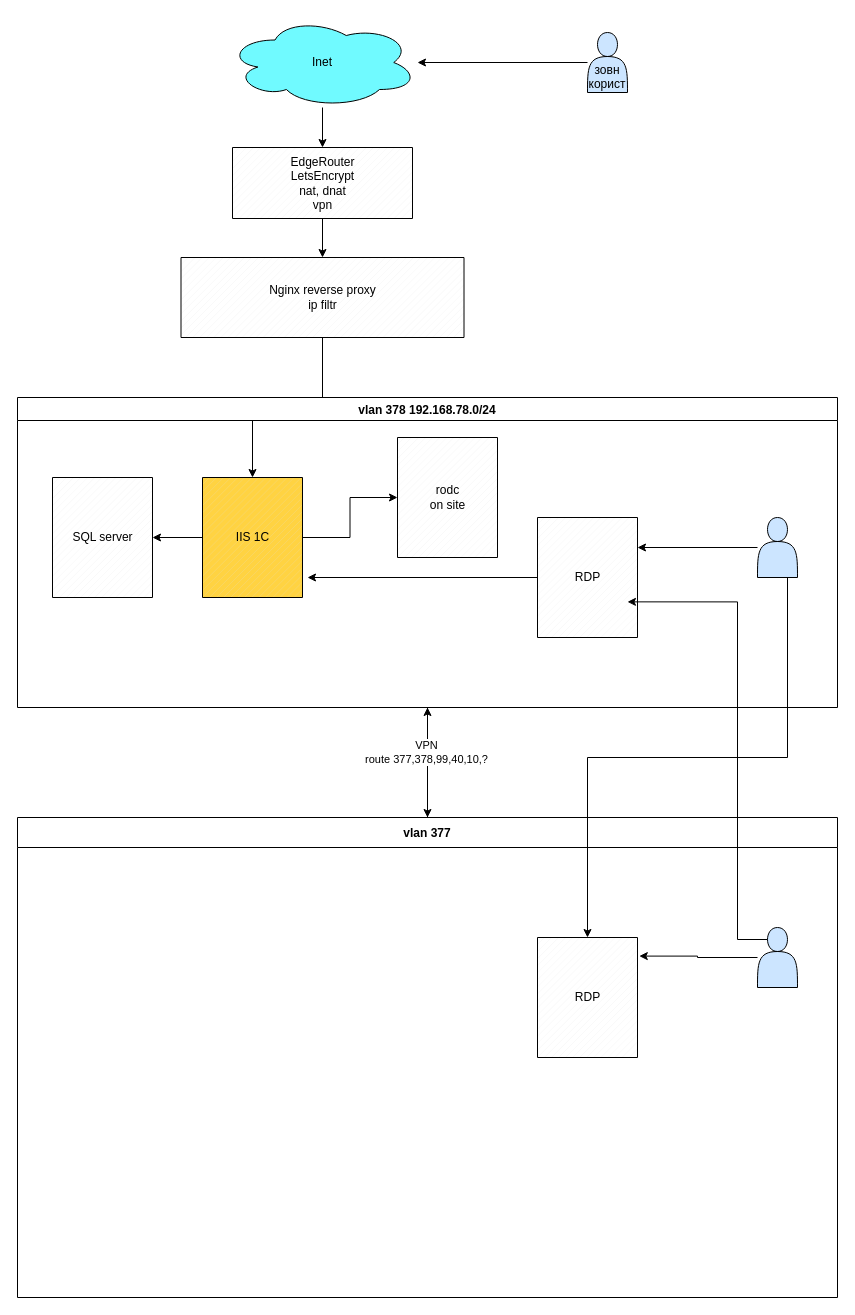
The draw.io diagram HLD-bhb.drawio in VolodymyrAK/HLD, before the edit. Source tidied: cells renumbered, new cells numbered last; positions are measured from the earlier drawing's top-left corner, leaving out a move shared by most shapes. Both pictures are drawn from the tidied source at 100%, with x=0, y=0 at pixel (17, 17).
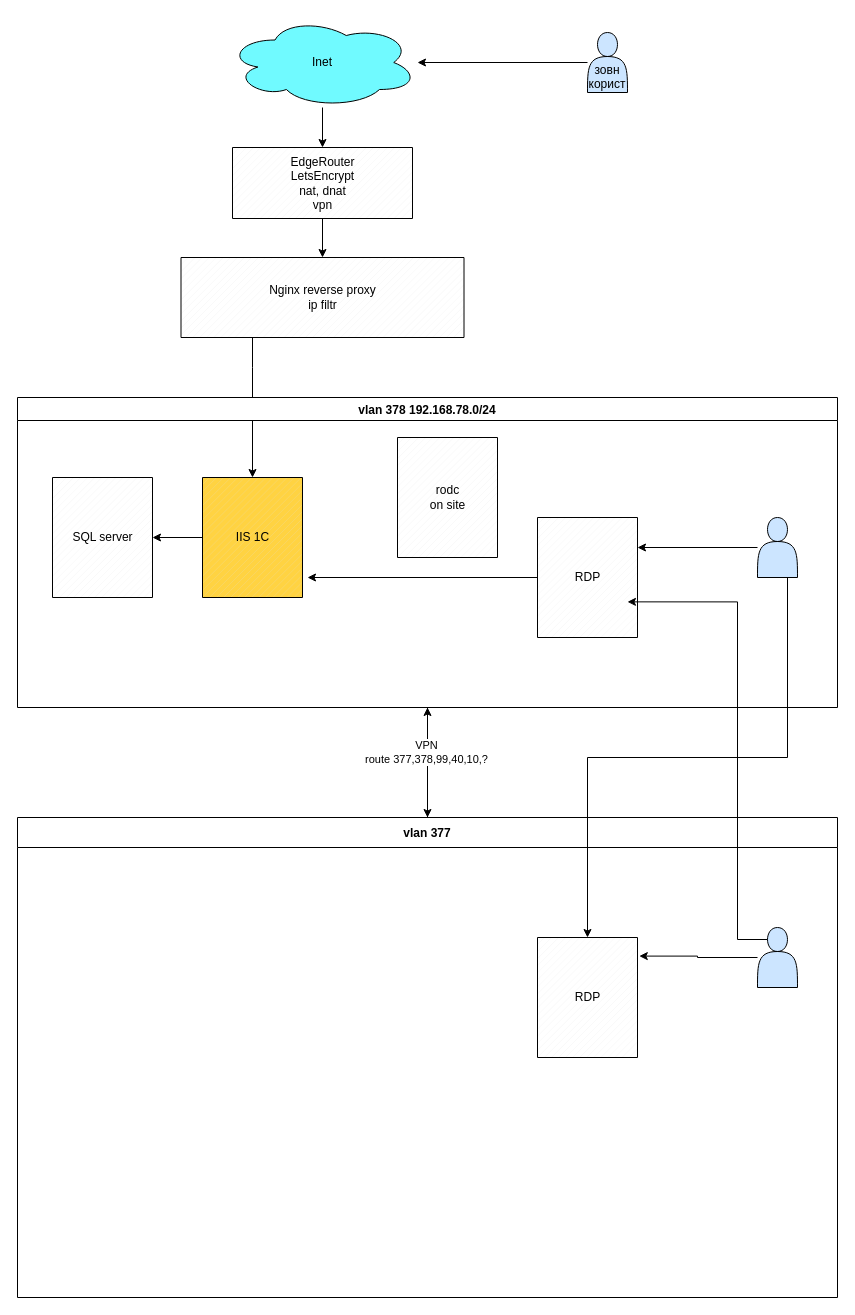
After the change.

The change refers to these unchanged cells:
```xml
<mxCell id="7" value="Nginx reverse proxy&lt;div&gt;ip filtr&lt;/div&gt;" style="verticalLabelPosition=middle;verticalAlign=middle;html=1;shape=mxgraph.basic.patternFillRect;fillStyle=diag;step=5;fillStrokeWidth=0.2;fillStrokeColor=#dddddd;labelPosition=center;align=center;" parent="1" vertex="1">
  <mxGeometry x="163.5" y="240" width="283" height="80" as="geometry" />
</mxCell>
<mxCell id="8" value="vlan 378 192.168.78.0/24" style="swimlane;startSize=23;" parent="1" vertex="1">
  <mxGeometry y="380" width="820" height="310" as="geometry" />
</mxCell>
<mxCell id="9" value="rodc&lt;div&gt;on site&lt;/div&gt;" style="verticalLabelPosition=middle;verticalAlign=middle;html=1;shape=mxgraph.basic.patternFillRect;fillStyle=diag;step=5;fillStrokeWidth=0.2;fillStrokeColor=#dddddd;labelPosition=center;align=center;" parent="8" vertex="1">
  <mxGeometry x="380" y="40" width="100" height="120" as="geometry" />
</mxCell>
<mxCell id="10" value="IIS 1C" style="verticalLabelPosition=middle;verticalAlign=middle;html=1;shape=mxgraph.basic.patternFillRect;fillStyle=diag;step=5;fillStrokeWidth=0.2;fillStrokeColor=#dddddd;labelPosition=center;align=center;fillColor=#FFD342;" parent="8" vertex="1">
  <mxGeometry x="185" y="80" width="100" height="120" as="geometry" />
</mxCell>
```

Change to the diagram source:
```diff
@@
     <mxCell id="6" style="edgeStyle=orthogonalEdgeStyle;rounded=0;jettySize=auto;html=1;entryX=0.5;entryY=0;entryDx=0;entryDy=0;entryPerimeter=0;" parent="1" edge="1" source="7" target="10">
-      <mxGeometry relative="1" as="geometry" />
+      <mxGeometry relative="1" as="geometry">
+        <Array as="points">
+          <mxPoint x="235" y="350" />
+          <mxPoint x="235" y="350" />
+        </Array>
+      </mxGeometry>
     </mxCell>
@@
-    <mxCell id="11" style="edgeStyle=orthogonalEdgeStyle;rounded=0;jettySize=auto;html=1;" parent="8" edge="1" source="10" target="9">
-      <mxGeometry relative="1" as="geometry" />
-    </mxCell>
```
